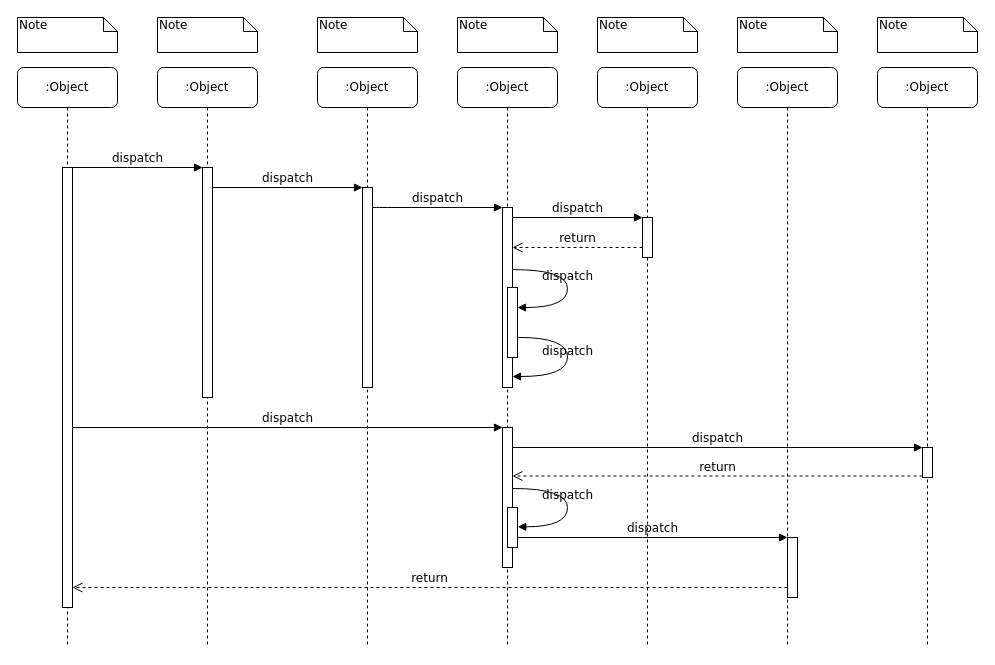
Earlier version of the draw.io diagram sequenceDiagram.drawio (r-asano/kaihatsubuKenshu). Source tidied: cells renumbered, new cells numbered last; positions are measured from the earlier drawing's top-left corner, leaving out a move shared by most shapes. Both pictures are drawn from the tidied source at 100%, with x=0, y=0 at pixel (17, 17).
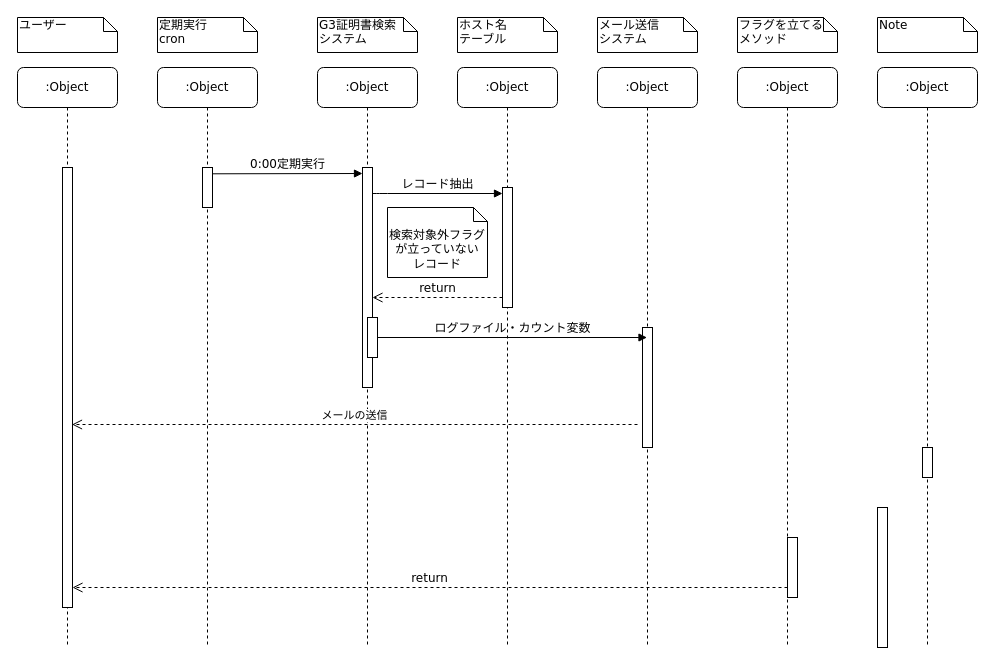
Above is the later version.

Unchanged cells that the change refers to:
```xml
<mxCell id="2" value=":Object" style="shape=umlLifeline;perimeter=lifelinePerimeter;whiteSpace=wrap;html=1;rounded=1;shadow=0;comic=0;labelBackgroundColor=none;strokeWidth=1;fontFamily=Verdana;fontSize=12;align=center;" parent="1" vertex="1">
  <mxGeometry x="140" y="50" width="100" height="580" as="geometry" />
</mxCell>
<mxCell id="4" value=":Object" style="shape=umlLifeline;perimeter=lifelinePerimeter;whiteSpace=wrap;html=1;rounded=1;shadow=0;comic=0;labelBackgroundColor=none;strokeWidth=1;fontFamily=Verdana;fontSize=12;align=center;" parent="1" vertex="1">
  <mxGeometry x="300" y="50" width="100" height="580" as="geometry" />
</mxCell>
<mxCell id="11" style="html=1;points=[];perimeter=orthogonalPerimeter;rounded=0;shadow=0;comic=0;labelBackgroundColor=none;strokeWidth=1;fontFamily=Verdana;fontSize=12;align=center;" parent="10" vertex="1">
  <mxGeometry x="45" y="100" width="10" height="440" as="geometry" />
</mxCell>
<mxCell id="19" style="html=1;points=[];perimeter=orthogonalPerimeter;rounded=0;shadow=0;comic=0;labelBackgroundColor=none;strokeColor=#000000;strokeWidth=1;fillColor=#FFFFFF;fontFamily=Verdana;fontSize=12;fontColor=#000000;align=center;" parent="1" vertex="1">
  <mxGeometry x="905" y="430" width="10" height="30" as="geometry" />
</mxCell>
<mxCell id="22" style="html=1;points=[];perimeter=orthogonalPerimeter;rounded=0;shadow=0;comic=0;labelBackgroundColor=none;strokeWidth=1;fontFamily=Verdana;fontSize=12;align=center;" parent="1" vertex="1">
  <mxGeometry x="770" y="520" width="10" height="60" as="geometry" />
</mxCell>
```

The edit, as a diff of the source:
```diff
@@
     <mxCell id="3" style="html=1;points=[];perimeter=orthogonalPerimeter;rounded=0;shadow=0;comic=0;labelBackgroundColor=none;strokeWidth=1;fontFamily=Verdana;fontSize=12;align=center;" parent="2" vertex="1">
-      <mxGeometry x="45" y="100" width="10" height="230" as="geometry" />
+      <mxGeometry x="45" y="100" width="10" height="40" as="geometry" />
     </mxCell>
@@
     <mxCell id="5" style="html=1;points=[];perimeter=orthogonalPerimeter;rounded=0;shadow=0;comic=0;labelBackgroundColor=none;strokeWidth=1;fontFamily=Verdana;fontSize=12;align=center;" parent="4" vertex="1">
-      <mxGeometry x="45" y="120" width="10" height="200" as="geometry" />
+      <mxGeometry x="45" y="100" width="10" height="220" as="geometry" />
     </mxCell>
@@
     <mxCell id="12" style="html=1;points=[];perimeter=orthogonalPerimeter;rounded=0;shadow=0;comic=0;labelBackgroundColor=none;strokeWidth=1;fontFamily=Verdana;fontSize=12;align=center;" parent="1" vertex="1">
-      <mxGeometry x="485" y="190" width="10" height="180" as="geometry" />
+      <mxGeometry x="485" y="170" width="10" height="120" as="geometry" />
     </mxCell>
-    <mxCell id="13" value="dispatch" style="html=1;verticalAlign=bottom;endArrow=block;labelBackgroundColor=none;fontFamily=Verdana;fontSize=12;edgeStyle=elbowEdgeStyle;elbow=vertical;" parent="1" edge="1" source="5" target="12">
+    <mxCell id="13" value="レコード抽出" style="html=1;verticalAlign=bottom;endArrow=block;labelBackgroundColor=none;fontFamily=Verdana;fontSize=12;edgeStyle=elbowEdgeStyle;elbow=vertical;" parent="1" edge="1">
       <mxGeometry relative="1" as="geometry">
+        <mxPoint x="355" y="176" as="sourcePoint" />
+        <mxPoint x="485" y="176" as="targetPoint" />
         <Array as="points">
-          <mxPoint x="360" y="190" />
+          <mxPoint x="360" y="176" />
         </Array>
       </mxGeometry>
     </mxCell>
     <mxCell id="14" style="html=1;points=[];perimeter=orthogonalPerimeter;rounded=0;shadow=0;comic=0;labelBackgroundColor=none;strokeWidth=1;fontFamily=Verdana;fontSize=12;align=center;" parent="1" vertex="1">
-      <mxGeometry x="625" y="200" width="10" height="40" as="geometry" />
+      <mxGeometry x="625" y="310" width="10" height="120" as="geometry" />
     </mxCell>
-    <mxCell id="15" value="dispatch" style="html=1;verticalAlign=bottom;endArrow=block;entryX=0;entryY=0;labelBackgroundColor=none;fontFamily=Verdana;fontSize=12;edgeStyle=elbowEdgeStyle;elbow=vertical;" parent="1" edge="1" source="12" target="14">
-      <mxGeometry relative="1" as="geometry" />
-    </mxCell>
-    <mxCell id="16" value="return" style="html=1;verticalAlign=bottom;endArrow=open;dashed=1;endSize=8;labelBackgroundColor=none;fontFamily=Verdana;fontSize=12;edgeStyle=elbowEdgeStyle;elbow=vertical;" parent="1" edge="1" source="14" target="12">
+    <mxCell id="16" value="return" style="html=1;verticalAlign=bottom;endArrow=open;dashed=1;endSize=8;labelBackgroundColor=none;fontFamily=Verdana;fontSize=12;edgeStyle=elbowEdgeStyle;elbow=vertical;" parent="1" edge="1">
       <mxGeometry relative="1" as="geometry">
+        <mxPoint x="485" y="280" as="sourcePoint" />
+        <mxPoint x="355" y="280" as="targetPoint" />
         <Array as="points">
-          <mxPoint x="570" y="230" />
-          <mxPoint x="600" y="230" />
+          <mxPoint x="430" y="280" />
+          <mxPoint x="430" y="270" />
+          <mxPoint x="460" y="270" />
         </Array>
       </mxGeometry>
     </mxCell>
     <mxCell id="17" style="html=1;points=[];perimeter=orthogonalPerimeter;rounded=0;shadow=0;comic=0;labelBackgroundColor=none;strokeWidth=1;fontFamily=Verdana;fontSize=12;align=center;" parent="1" vertex="1">
-      <mxGeometry x="485" y="410" width="10" height="140" as="geometry" />
+      <mxGeometry x="860" y="490" width="10" height="140" as="geometry" />
     </mxCell>
-    <mxCell id="18" value="dispatch" style="html=1;verticalAlign=bottom;endArrow=block;entryX=0;entryY=0;labelBackgroundColor=none;fontFamily=Verdana;fontSize=12;" parent="1" edge="1" source="11" target="17">
-      <mxGeometry relative="1" as="geometry" />
-    </mxCell>
@@
-    <mxCell id="20" value="dispatch" style="html=1;verticalAlign=bottom;endArrow=block;entryX=0;entryY=0;labelBackgroundColor=none;fontFamily=Verdana;fontSize=12;" parent="1" edge="1" source="17" target="19">
-      <mxGeometry relative="1" as="geometry" />
-    </mxCell>
-    <mxCell id="21" value="return" style="html=1;verticalAlign=bottom;endArrow=open;dashed=1;endSize=8;exitX=0;exitY=0.95;labelBackgroundColor=none;fontFamily=Verdana;fontSize=12;" parent="1" edge="1" source="19" target="17">
-      <mxGeometry relative="1" as="geometry" />
-    </mxCell>
@@
-    <mxCell id="23" value="dispatch" style="html=1;verticalAlign=bottom;endArrow=block;entryX=0;entryY=0;labelBackgroundColor=none;fontFamily=Verdana;fontSize=12;edgeStyle=elbowEdgeStyle;elbow=vertical;" parent="1" edge="1" source="30" target="22">
-      <mxGeometry relative="1" as="geometry" />
-    </mxCell>
@@
-    <mxCell id="25" value="dispatch" style="html=1;verticalAlign=bottom;endArrow=block;entryX=0;entryY=0;labelBackgroundColor=none;fontFamily=Verdana;fontSize=12;edgeStyle=elbowEdgeStyle;elbow=vertical;" parent="1" edge="1" source="11" target="3">
-      <mxGeometry relative="1" as="geometry" />
-    </mxCell>
-    <mxCell id="26" value="dispatch" style="html=1;verticalAlign=bottom;endArrow=block;entryX=0;entryY=0;labelBackgroundColor=none;fontFamily=Verdana;fontSize=12;edgeStyle=elbowEdgeStyle;elbow=vertical;" parent="1" edge="1" source="3" target="5">
-      <mxGeometry relative="1" as="geometry" />
+    <mxCell id="26" value="0:00定期実行" style="html=1;verticalAlign=bottom;endArrow=block;entryX=0;entryY=0;labelBackgroundColor=none;fontFamily=Verdana;fontSize=12;edgeStyle=elbowEdgeStyle;elbow=vertical;" parent="1" edge="1">
+      <mxGeometry relative="1" as="geometry">
+        <mxPoint x="195" y="156.3" as="sourcePoint" />
+        <mxPoint x="345" y="156" as="targetPoint" />
+      </mxGeometry>
     </mxCell>
-    <mxCell id="27" style="html=1;points=[];perimeter=orthogonalPerimeter;rounded=0;shadow=0;comic=0;labelBackgroundColor=none;strokeWidth=1;fontFamily=Verdana;fontSize=12;align=center;" parent="1" vertex="1">
-      <mxGeometry x="490" y="270" width="10" height="70" as="geometry" />
-    </mxCell>
-    <mxCell id="28" value="dispatch" style="html=1;verticalAlign=bottom;endArrow=block;labelBackgroundColor=none;fontFamily=Verdana;fontSize=12;elbow=vertical;edgeStyle=orthogonalEdgeStyle;curved=1;entryX=1;entryY=0.286;entryPerimeter=0;exitX=1.038;exitY=0.345;exitPerimeter=0;" parent="1" edge="1" source="12" target="27">
-      <mxGeometry relative="1" as="geometry">
-        <Array as="points">
-          <mxPoint x="550" y="252" />
-          <mxPoint x="550" y="290" />
-        </Array>
-      </mxGeometry>
-    </mxCell>
-    <mxCell id="29" value="dispatch" style="html=1;verticalAlign=bottom;endArrow=block;labelBackgroundColor=none;fontFamily=Verdana;fontSize=12;elbow=vertical;edgeStyle=orthogonalEdgeStyle;curved=1;exitX=1.066;exitY=0.713;exitPerimeter=0;" parent="1" edge="1" source="27">
-      <mxGeometry relative="1" as="geometry">
-        <mxPoint x="495" y="359" as="targetPoint" />
-        <Array as="points">
-          <mxPoint x="550" y="320" />
-          <mxPoint x="550" y="359" />
-        </Array>
-      </mxGeometry>
-    </mxCell>
     <mxCell id="30" style="html=1;points=[];perimeter=orthogonalPerimeter;rounded=0;shadow=0;comic=0;labelBackgroundColor=none;strokeWidth=1;fontFamily=Verdana;fontSize=12;align=center;" parent="1" vertex="1">
-      <mxGeometry x="490" y="490" width="10" height="40" as="geometry" />
+      <mxGeometry x="350" y="300" width="10" height="40" as="geometry" />
     </mxCell>
-    <mxCell id="31" value="dispatch" style="html=1;verticalAlign=bottom;endArrow=block;labelBackgroundColor=none;fontFamily=Verdana;fontSize=12;elbow=vertical;edgeStyle=orthogonalEdgeStyle;curved=1;entryX=1;entryY=0.286;entryPerimeter=0;exitX=1.038;exitY=0.345;exitPerimeter=0;" parent="1" edge="1">
-      <mxGeometry relative="1" as="geometry">
-        <mxPoint x="495.3" y="471" as="sourcePoint" />
-        <mxPoint x="500.3" y="509.3" as="targetPoint" />
-        <Array as="points">
-          <mxPoint x="550" y="471" />
-          <mxPoint x="550" y="509" />
-        </Array>
-      </mxGeometry>
-    </mxCell>
-    <mxCell id="32" value="Note" style="shape=note;whiteSpace=wrap;html=1;size=14;verticalAlign=top;align=left;spacingTop=-6;rounded=0;shadow=0;comic=0;labelBackgroundColor=none;strokeWidth=1;fontFamily=Verdana;fontSize=12;" parent="1" vertex="1">
+    <mxCell id="32" value="ユーザー" style="shape=note;whiteSpace=wrap;html=1;size=14;verticalAlign=top;align=left;spacingTop=-6;rounded=0;shadow=0;comic=0;labelBackgroundColor=none;strokeWidth=1;fontFamily=Verdana;fontSize=12;" parent="1" vertex="1">
       <mxGeometry width="100" height="35" as="geometry" />
     </mxCell>
-    <mxCell id="33" value="Note" style="shape=note;whiteSpace=wrap;html=1;size=14;verticalAlign=top;align=left;spacingTop=-6;rounded=0;shadow=0;comic=0;labelBackgroundColor=none;strokeWidth=1;fontFamily=Verdana;fontSize=12;" parent="1" vertex="1">
-      <mxGeometry x="140" width="100" height="35" as="geometry" />
+    <mxCell id="33" value="&lt;div&gt;ホスト名&lt;/div&gt;&lt;div&gt;テーブル&lt;/div&gt;" style="shape=note;whiteSpace=wrap;html=1;size=14;verticalAlign=top;align=left;spacingTop=-6;rounded=0;shadow=0;comic=0;labelBackgroundColor=none;strokeWidth=1;fontFamily=Verdana;fontSize=12;" parent="1" vertex="1">
+      <mxGeometry x="440" width="100" height="35" as="geometry" />
     </mxCell>
-    <mxCell id="34" value="Note" style="shape=note;whiteSpace=wrap;html=1;size=14;verticalAlign=top;align=left;spacingTop=-6;rounded=0;shadow=0;comic=0;labelBackgroundColor=none;strokeWidth=1;fontFamily=Verdana;fontSize=12;" parent="1" vertex="1">
+    <mxCell id="34" value="G3証明書検索&lt;br&gt;システム" style="shape=note;whiteSpace=wrap;html=1;size=14;verticalAlign=top;align=left;spacingTop=-6;rounded=0;shadow=0;comic=0;labelBackgroundColor=none;strokeWidth=1;fontFamily=Verdana;fontSize=12;" parent="1" vertex="1">
       <mxGeometry x="300" width="100" height="35" as="geometry" />
     </mxCell>
-    <mxCell id="35" value="Note" style="shape=note;whiteSpace=wrap;html=1;size=14;verticalAlign=top;align=left;spacingTop=-6;rounded=0;shadow=0;comic=0;labelBackgroundColor=none;strokeWidth=1;fontFamily=Verdana;fontSize=12;" parent="1" vertex="1">
-      <mxGeometry x="440" width="100" height="35" as="geometry" />
+    <mxCell id="35" value="&lt;div&gt;メール送信&lt;/div&gt;&lt;div&gt;システム&lt;br&gt;&lt;/div&gt;" style="shape=note;whiteSpace=wrap;html=1;size=14;verticalAlign=top;align=left;spacingTop=-6;rounded=0;shadow=0;comic=0;labelBackgroundColor=none;strokeWidth=1;fontFamily=Verdana;fontSize=12;" parent="1" vertex="1">
+      <mxGeometry x="580" width="100" height="35" as="geometry" />
     </mxCell>
-    <mxCell id="36" value="Note" style="shape=note;whiteSpace=wrap;html=1;size=14;verticalAlign=top;align=left;spacingTop=-6;rounded=0;shadow=0;comic=0;labelBackgroundColor=none;strokeWidth=1;fontFamily=Verdana;fontSize=12;" parent="1" vertex="1">
-      <mxGeometry x="580" width="100" height="35" as="geometry" />
+    <mxCell id="36" value="定期実行&lt;br&gt;cron" style="shape=note;whiteSpace=wrap;html=1;size=14;verticalAlign=top;align=left;spacingTop=-6;rounded=0;shadow=0;comic=0;labelBackgroundColor=none;strokeWidth=1;fontFamily=Verdana;fontSize=12;" parent="1" vertex="1">
+      <mxGeometry x="140" width="100" height="35" as="geometry" />
     </mxCell>
-    <mxCell id="37" value="Note" style="shape=note;whiteSpace=wrap;html=1;size=14;verticalAlign=top;align=left;spacingTop=-6;rounded=0;shadow=0;comic=0;labelBackgroundColor=none;strokeWidth=1;fontFamily=Verdana;fontSize=12;" parent="1" vertex="1">
+    <mxCell id="37" value="&lt;div&gt;フラグを立てる&lt;br&gt;メソッド&lt;br&gt;&lt;/div&gt;" style="shape=note;whiteSpace=wrap;html=1;size=14;verticalAlign=top;align=left;spacingTop=-6;rounded=0;shadow=0;comic=0;labelBackgroundColor=none;strokeWidth=1;fontFamily=Verdana;fontSize=12;" parent="1" vertex="1">
       <mxGeometry x="720" width="100" height="35" as="geometry" />
     </mxCell>
@@
+    <mxCell id="39" value="検索対象外フラグが立っていない&lt;br&gt;レコード" style="shape=note2;boundedLbl=1;whiteSpace=wrap;html=1;size=14;verticalAlign=top;align=center;" parent="1" vertex="1">
+      <mxGeometry x="370" y="190" width="100" height="70" as="geometry" />
+    </mxCell>
+    <mxCell id="40" value="ログファイル・カウント変数" style="html=1;verticalAlign=bottom;endArrow=block;labelBackgroundColor=none;fontFamily=Verdana;fontSize=12;edgeStyle=elbowEdgeStyle;elbow=vertical;" parent="1" edge="1">
+      <mxGeometry relative="1" as="geometry">
+        <mxPoint x="360" y="320" as="sourcePoint" />
+        <mxPoint x="629.5" y="320.3" as="targetPoint" />
+      </mxGeometry>
+    </mxCell>
+    <mxCell id="41" value="メールの送信" style="html=1;verticalAlign=bottom;endArrow=open;dashed=1;endSize=8;" parent="1" edge="1">
+      <mxGeometry relative="1" as="geometry">
+        <mxPoint x="620" y="407" as="sourcePoint" />
+        <mxPoint x="54.5" y="407" as="targetPoint" />
+      </mxGeometry>
+    </mxCell>
```
